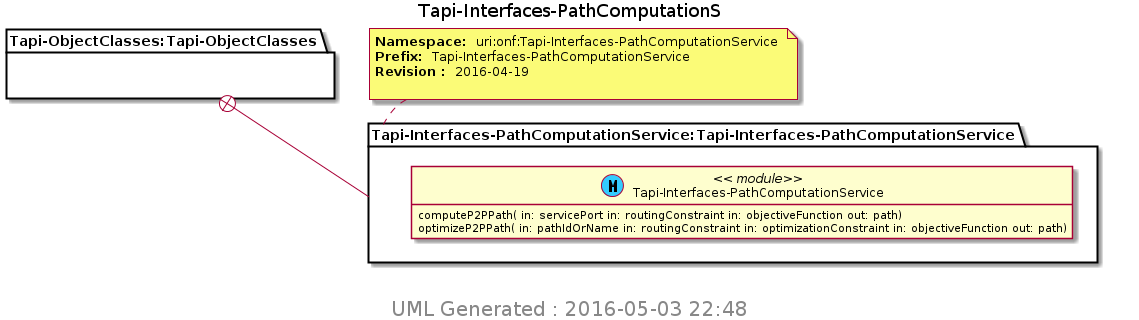
Above: TransportAPI/YANG/pyang_uml/Tapi-Interfaces-PathComputationS.png in Open-Network-Models-and-Interfaces-ONMI/TAPI (PlantUML), before the change.
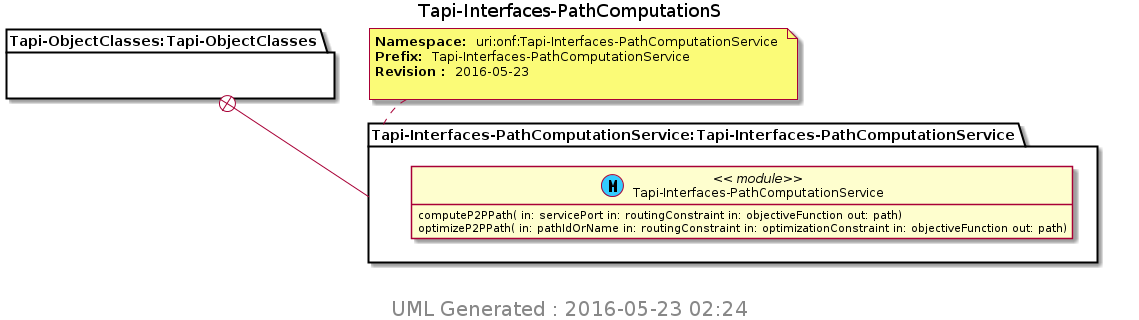
Above is the later version.

Diff of the diagram source:
```diff
@@ -10,7 +10,7 @@
 Title Tapi-Interfaces-PathComputationS
 package "Tapi-ObjectClasses:Tapi-ObjectClasses" as Tapi_ObjectClasses_Tapi_ObjectClasses {
 }
-note top of Tapi_Interfaces_PathComputationService_Tapi_Interfaces_PathComputationService : <b>Namespace: </b> uri:onf:Tapi-Interfaces-PathComputationService \n<b>Prefix: </b> Tapi-Interfaces-PathComputationService \n<b>Revision : </b> 2016-04-19 \n
+note top of Tapi_Interfaces_PathComputationService_Tapi_Interfaces_PathComputationService : <b>Namespace: </b> uri:onf:Tapi-Interfaces-PathComputationService \n<b>Prefix: </b> Tapi-Interfaces-PathComputationService \n<b>Revision : </b> 2016-05-23 \n
 package "Tapi-Interfaces-PathComputationService:Tapi-Interfaces-PathComputationService" as Tapi_Interfaces_PathComputationService_Tapi_Interfaces_PathComputationService {
 Tapi_ObjectClasses_Tapi_ObjectClasses +-- Tapi_Interfaces_PathComputationService_Tapi_Interfaces_PathComputationService
 class "Tapi-Interfaces-PathComputationService" as Tapi_Interfaces_PathComputationService << (M, #33CCFF) module>>
@@ -19,6 +19,6 @@
 }
 
 center footer
- <size:20> UML Generated : 2016-05-03 22:48 </size>
+ <size:20> UML Generated : 2016-05-23 02:24 </size>
  endfooter
 @enduml
```
